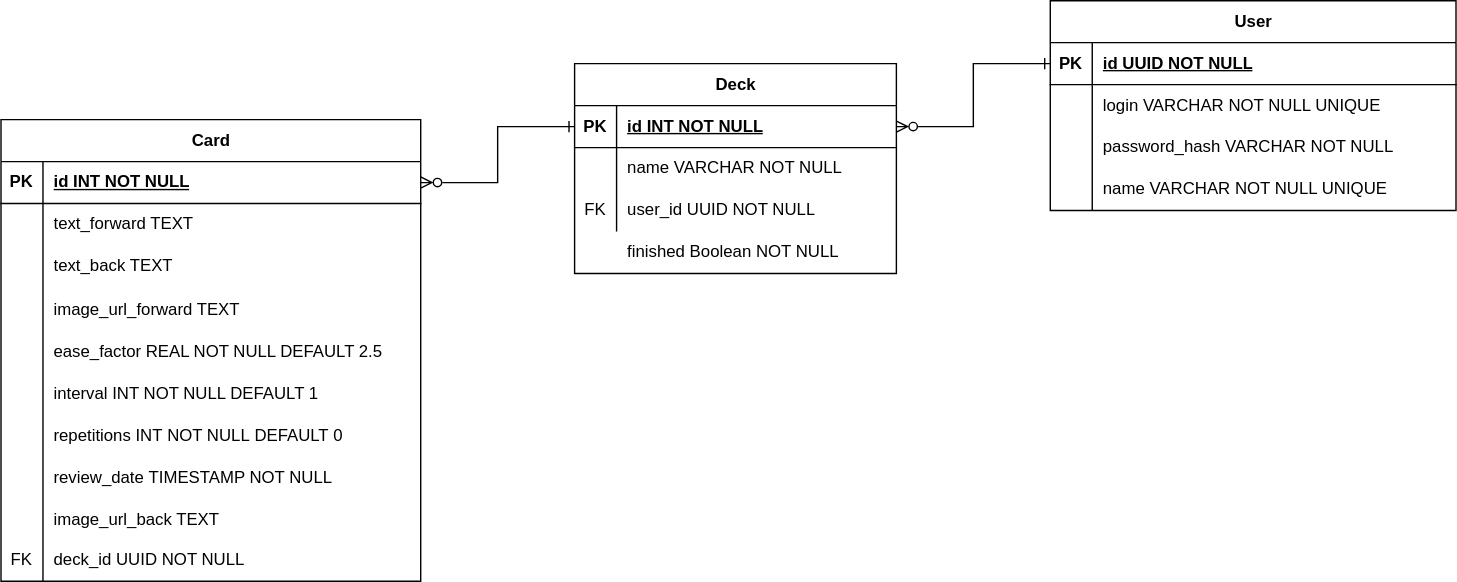
The draw.io diagram api/docs/db-diagram.drawio.svg in philippOkie/fleshcards-app, before a commit. Source tidied: cells renumbered, new cells last; positions are measured from the earlier drawing's top-left corner, leaving out a move shared by most shapes.
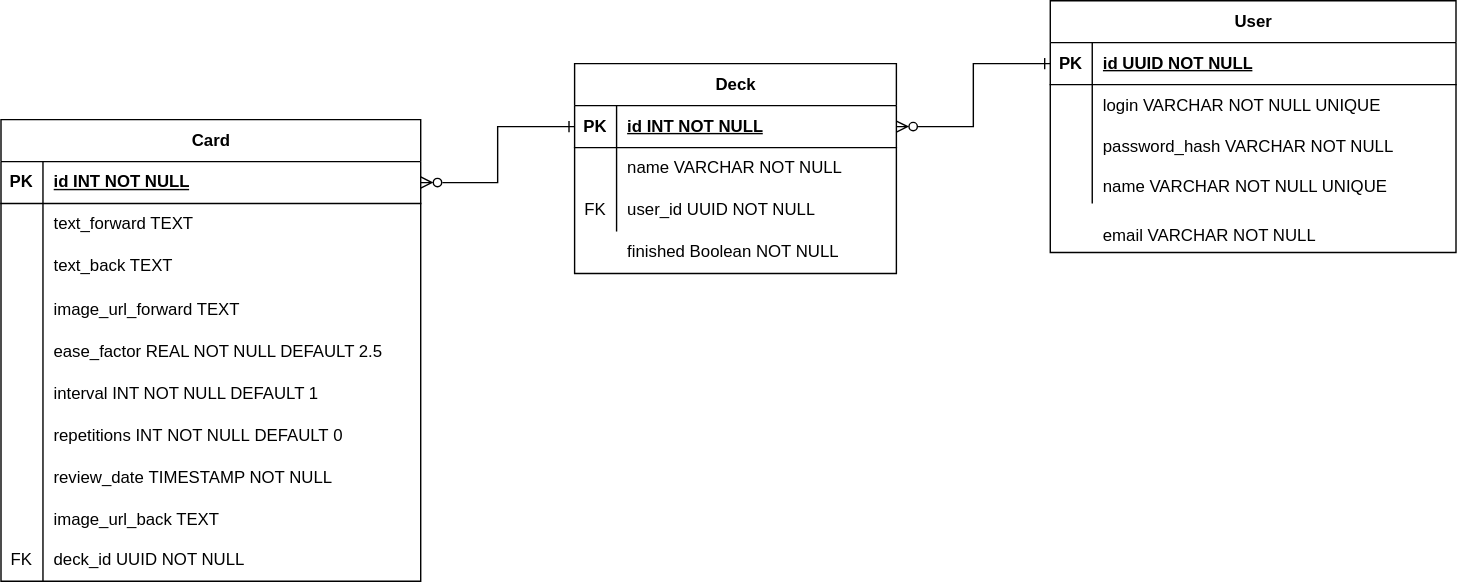
The same diagram one commit later.

Commit message:
added email to schema

What changed in the source:
```diff
@@ -126,7 +126,7 @@
       <mxGeometry x="30" width="200" height="30" as="geometry" />
     </mxCell>
     <mxCell id="43" value="User" style="shape=table;startSize=30;rowLines=0;fontStyle=1;align=center;html=1;" parent="1" vertex="1">
-      <mxGeometry x="750" width="290" height="150" as="geometry" />
+      <mxGeometry x="750" width="290" height="180" as="geometry" />
     </mxCell>
     <mxCell id="44" style="shape=tableRow;horizontal=0;startSize=0;swimlaneHead=0;swimlaneBody=0;fillColor=none;points=[[0,0.5],[1,0.5]];portConstraint=eastwest;top=0;left=0;right=0;bottom=1;" parent="43" vertex="1">
       <mxGeometry y="30" width="290" height="30" as="geometry" />
@@ -156,13 +156,13 @@
       <mxGeometry x="30" width="260" height="30" as="geometry" />
     </mxCell>
     <mxCell id="53" style="shape=tableRow;horizontal=0;startSize=0;swimlaneHead=0;swimlaneBody=0;fillColor=none;top=0;left=0;right=0;bottom=0;" parent="43" vertex="1">
-      <mxGeometry y="120" width="290" height="30" as="geometry" />
+      <mxGeometry y="120" width="290" height="25" as="geometry" />
     </mxCell>
     <mxCell id="54" style="shape=partialRectangle;fillColor=none;top=0;left=0;bottom=0;right=0;overflow=hidden;whiteSpace=wrap;html=1;" parent="53" vertex="1">
-      <mxGeometry width="30" height="30" as="geometry" />
+      <mxGeometry width="30" height="25" as="geometry" />
     </mxCell>
     <mxCell id="55" value="name VARCHAR NOT NULL UNIQUE" style="shape=partialRectangle;fillColor=none;top=0;left=0;bottom=0;right=0;align=left;spacingLeft=6;overflow=hidden;whiteSpace=wrap;html=1;" parent="53" vertex="1">
-      <mxGeometry x="30" width="260" height="30" as="geometry" />
+      <mxGeometry x="30" width="260" height="25" as="geometry" />
     </mxCell>
     <mxCell id="56" style="edgeStyle=orthogonalEdgeStyle;rounded=0;jettySize=auto;html=1;entryX=0;entryY=0.5;entryDx=0;entryDy=0;endArrow=ERone;endFill=0;startArrow=ERzeroToMany;startFill=0;exitX=1;exitY=0.5;exitDx=0;exitDy=0;" parent="1" edge="1" source="3" target="34">
       <mxGeometry relative="1" as="geometry" />
@@ -179,5 +179,8 @@
     <mxCell id="60" value="finished Boolean&lt;span style=&quot;background-color: initial;&quot;&gt;&amp;nbsp;NOT NULL&lt;/span&gt;" style="shape=partialRectangle;fillColor=none;top=0;left=0;bottom=0;right=0;align=left;spacingLeft=6;overflow=hidden;whiteSpace=wrap;html=1;" parent="58" vertex="1">
       <mxGeometry x="30" width="200" height="30" as="geometry" />
     </mxCell>
+    <mxCell id="61" value="email VARCHAR NOT NULL" style="shape=partialRectangle;fillColor=none;top=0;left=0;bottom=0;right=0;align=left;spacingLeft=6;overflow=hidden;whiteSpace=wrap;html=1;" parent="1" vertex="1">
+      <mxGeometry x="780" y="150" width="260" height="35" as="geometry" />
+    </mxCell>
   </root>
 </mxGraphModel>
```
